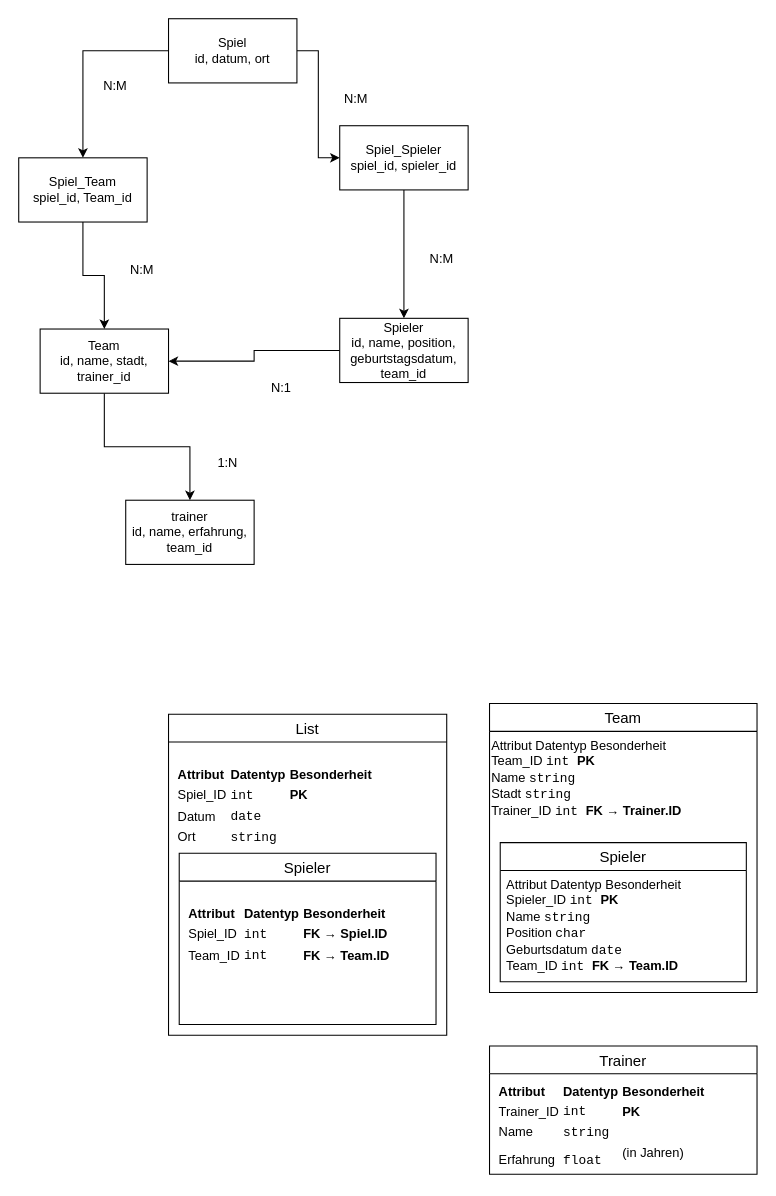
The draw.io diagram KN-M-02/Unbenanntes Diagramm.drawio in noahburren/m165, before the edit. Source tidied: cells renumbered, new cells numbered last; positions are measured from the earlier drawing's top-left corner, leaving out a move shared by most shapes. Both pictures are drawn from the tidied source at 107%, with x=0, y=0 at pixel (18, 18).
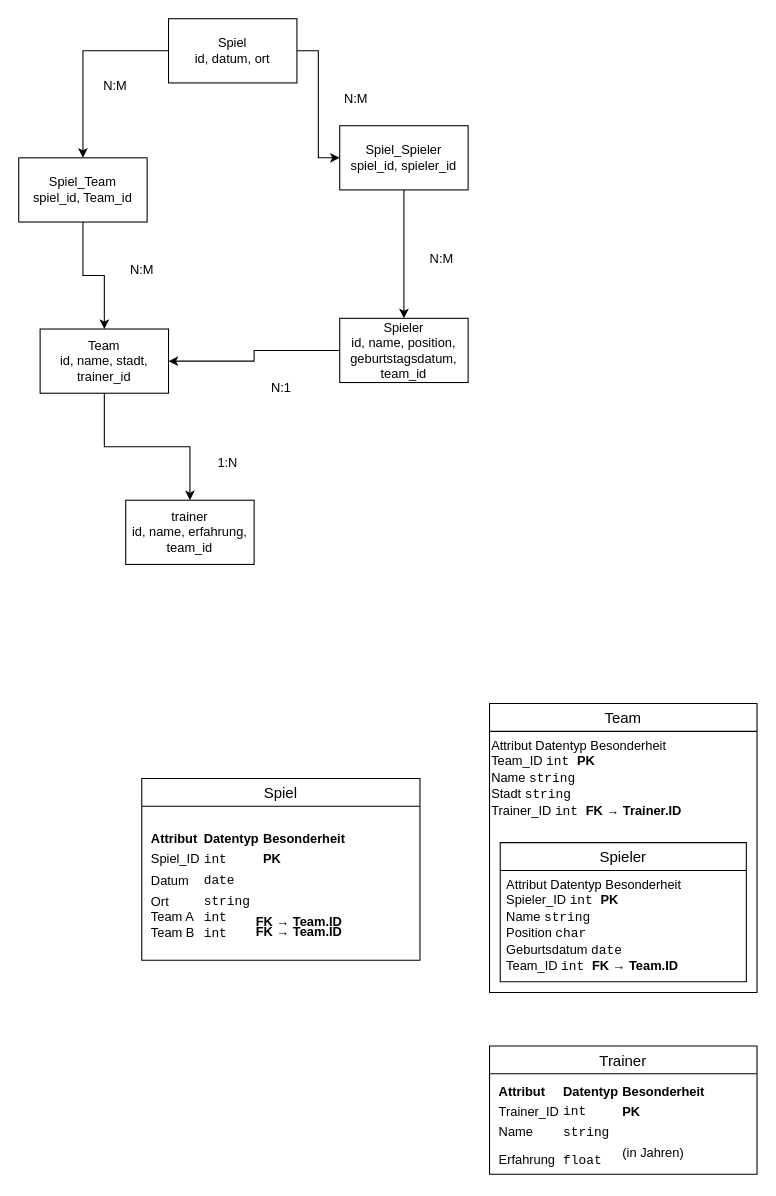
After the change.

What changed in the source:
```diff
@@
-    <mxCell id="26" value="List" style="swimlane;fontStyle=0;horizontal=1;startSize=26;align=center;fontSize=14;" parent="1" vertex="1">
-      <mxGeometry x="140" y="650" width="260" height="300" as="geometry" />
+    <mxCell id="26" value="Spiel" style="swimlane;fontStyle=0;horizontal=1;startSize=26;align=center;fontSize=14;" parent="1" vertex="1">
+      <mxGeometry x="115" y="710" width="260" height="170" as="geometry" />
     </mxCell>
-    <mxCell id="27" value="&lt;br&gt;&lt;div&gt;&lt;table&gt;&lt;thead&gt;&lt;tr&gt;&lt;th&gt;Attribut&lt;/th&gt;&lt;th&gt;Datentyp&lt;/th&gt;&lt;th&gt;Besonderheit&lt;/th&gt;&lt;/tr&gt;&lt;/thead&gt;&lt;tbody&gt;&lt;tr&gt;&lt;td&gt;Spiel_ID&lt;/td&gt;&lt;td&gt;&lt;code&gt;int&lt;/code&gt;&lt;/td&gt;&lt;td&gt;&lt;strong&gt;PK&lt;/strong&gt;&lt;/td&gt;&lt;/tr&gt;&lt;tr&gt;&lt;td&gt;Datum&lt;/td&gt;&lt;td&gt;&lt;code&gt;date&lt;/code&gt;&lt;/td&gt;&lt;td&gt;&lt;/td&gt;&lt;/tr&gt;&lt;tr&gt;&lt;td&gt;Ort&lt;/td&gt;&lt;td&gt;&lt;code&gt;string&lt;/code&gt;&lt;/td&gt;&lt;/tr&gt;&lt;/tbody&gt;&lt;/table&gt;&lt;/div&gt;" style="text;strokeColor=none;fillColor=none;spacingLeft=4;spacingRight=4;overflow=hidden;fontSize=12;whiteSpace=wrap;html=1;" parent="26" vertex="1">
-      <mxGeometry y="26" width="260" height="274" as="geometry" />
+    <mxCell id="27" value="&lt;br&gt;&lt;div&gt;&lt;table&gt;&lt;thead&gt;&lt;tr&gt;&lt;th&gt;Attribut&lt;/th&gt;&lt;th&gt;Datentyp&lt;/th&gt;&lt;th&gt;Besonderheit&lt;/th&gt;&lt;/tr&gt;&lt;/thead&gt;&lt;tbody&gt;&lt;tr&gt;&lt;td&gt;Spiel_ID&lt;/td&gt;&lt;td&gt;&lt;code&gt;int&lt;/code&gt;&lt;/td&gt;&lt;td&gt;&lt;strong&gt;PK&lt;/strong&gt;&lt;/td&gt;&lt;/tr&gt;&lt;tr&gt;&lt;td&gt;Datum&lt;/td&gt;&lt;td&gt;&lt;code&gt;date&lt;/code&gt;&lt;/td&gt;&lt;td&gt;&amp;nbsp;&lt;/td&gt;&lt;/tr&gt;&lt;tr&gt;&lt;td&gt;Ort&lt;br&gt;Team A&lt;br&gt;Team B&amp;nbsp;&lt;/td&gt;&lt;td&gt;&lt;code&gt;string&lt;br&gt;int&lt;br&gt;int&lt;/code&gt;&lt;/td&gt;&lt;/tr&gt;&lt;/tbody&gt;&lt;/table&gt;&lt;/div&gt;" style="text;strokeColor=none;fillColor=none;spacingLeft=4;spacingRight=4;overflow=hidden;fontSize=12;whiteSpace=wrap;html=1;" parent="26" vertex="1">
+      <mxGeometry y="26" width="260" height="144" as="geometry" />
     </mxCell>
-    <mxCell id="28" value="Spieler" style="swimlane;fontStyle=0;horizontal=1;startSize=26;align=center;fontSize=14;" parent="1" vertex="1">
-      <mxGeometry x="150" y="780" width="240" height="160" as="geometry" />
-    </mxCell>
-    <mxCell id="29" value="&lt;br&gt;&lt;div&gt;&lt;table&gt;&lt;thead&gt;&lt;tr&gt;&lt;th&gt;Attribut&lt;/th&gt;&lt;th&gt;Datentyp&lt;/th&gt;&lt;th&gt;Besonderheit&lt;/th&gt;&lt;/tr&gt;&lt;/thead&gt;&lt;tbody&gt;&lt;tr&gt;&lt;td&gt;Spiel_ID&lt;/td&gt;&lt;td&gt;&lt;code&gt;int&lt;/code&gt;&lt;/td&gt;&lt;td&gt;&lt;strong&gt;FK → Spiel.ID&lt;/strong&gt;&lt;/td&gt;&lt;/tr&gt;&lt;tr&gt;&lt;td&gt;Team_ID&lt;/td&gt;&lt;td&gt;&lt;code&gt;int&lt;/code&gt;&lt;/td&gt;&lt;td&gt;&lt;strong&gt;FK → Team.ID&lt;/strong&gt;&lt;/td&gt;&lt;/tr&gt;&lt;tr&gt;&lt;td&gt;&lt;br&gt;&lt;/td&gt;&lt;td&gt;&lt;/td&gt;&lt;/tr&gt;&lt;/tbody&gt;&lt;/table&gt;&lt;/div&gt;" style="text;strokeColor=none;fillColor=none;spacingLeft=4;spacingRight=4;overflow=hidden;fontSize=12;whiteSpace=wrap;html=1;" parent="28" vertex="1">
-      <mxGeometry y="26" width="240" height="134" as="geometry" />
-    </mxCell>
+    <mxCell id="30" value="&lt;strong style=&quot;forced-color-adjust: none; color: light-dark(rgb(0, 0, 0), rgb(255, 255, 255)); font-family: Helvetica; font-size: 12px; font-style: normal; font-variant-ligatures: normal; font-variant-caps: normal; letter-spacing: normal; orphans: 2; text-align: left; text-indent: 0px; text-transform: none; widows: 2; word-spacing: 0px; -webkit-text-stroke-width: 0px; white-space: normal; background-color: transparent; text-decoration-thickness: initial; text-decoration-style: initial; text-decoration-color: initial;&quot;&gt;FK → Team.ID&lt;/strong&gt;" style="text;whiteSpace=wrap;html=1;" parent="1" vertex="1">
+      <mxGeometry x="220" y="830" width="107" height="40" as="geometry" />
+    </mxCell>
+    <mxCell id="31" value="&lt;strong style=&quot;forced-color-adjust: none; color: light-dark(rgb(0, 0, 0), rgb(255, 255, 255)); font-family: Helvetica; font-size: 12px; font-style: normal; font-variant-ligatures: normal; font-variant-caps: normal; letter-spacing: normal; orphans: 2; text-align: left; text-indent: 0px; text-transform: none; widows: 2; word-spacing: 0px; -webkit-text-stroke-width: 0px; white-space: normal; background-color: transparent; text-decoration-thickness: initial; text-decoration-style: initial; text-decoration-color: initial;&quot;&gt;FK → Team.ID&lt;/strong&gt;" style="text;whiteSpace=wrap;html=1;" parent="1" vertex="1">
+      <mxGeometry x="220" y="840" width="107" height="40" as="geometry" />
+    </mxCell>
```
